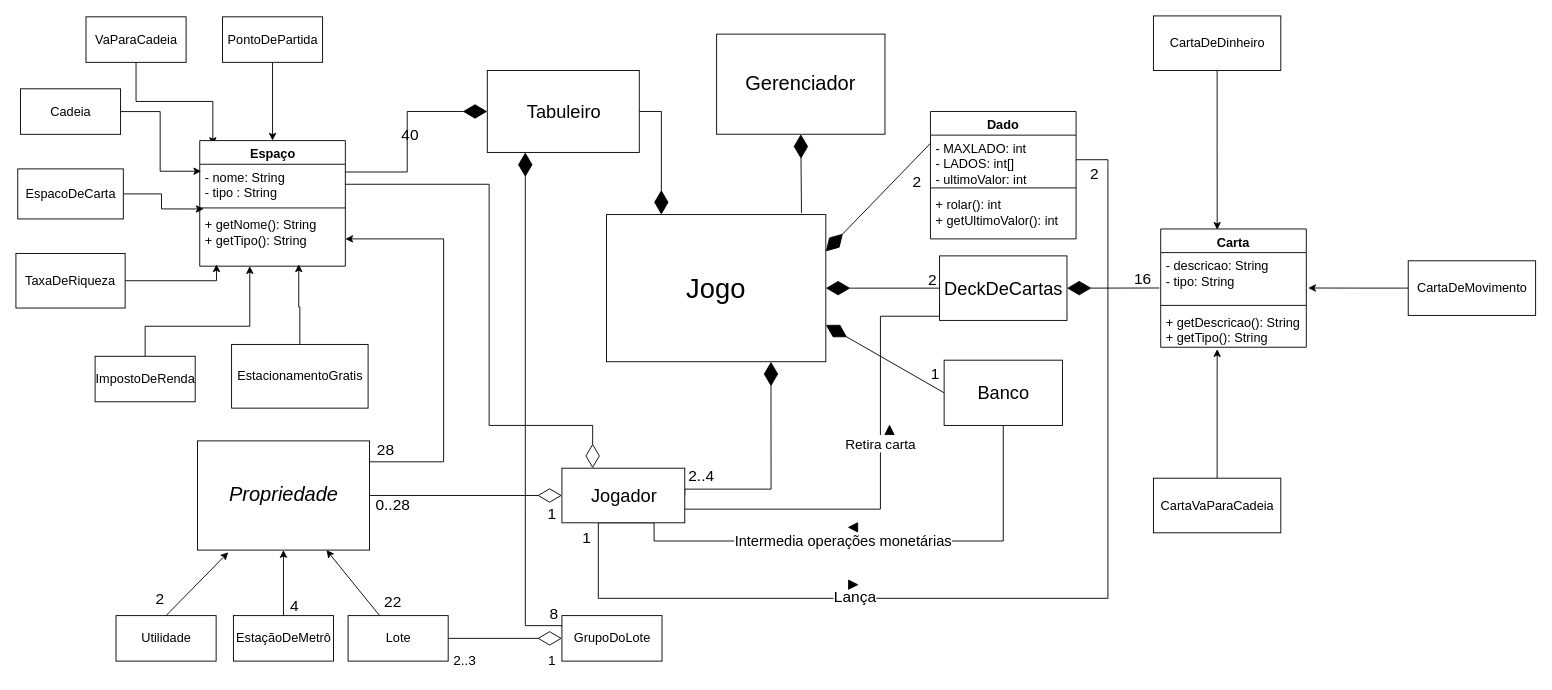
The draw.io diagram Monopoly - G1.drawio in rafaelbarbeta/Monopoly, before the edit. Source tidied: cells renumbered, new cells numbered last; positions are measured from the earlier drawing's top-left corner, leaving out a move shared by most shapes. Both pictures are drawn from the tidied source at 91%, with x=0, y=0 at pixel (15, 15).
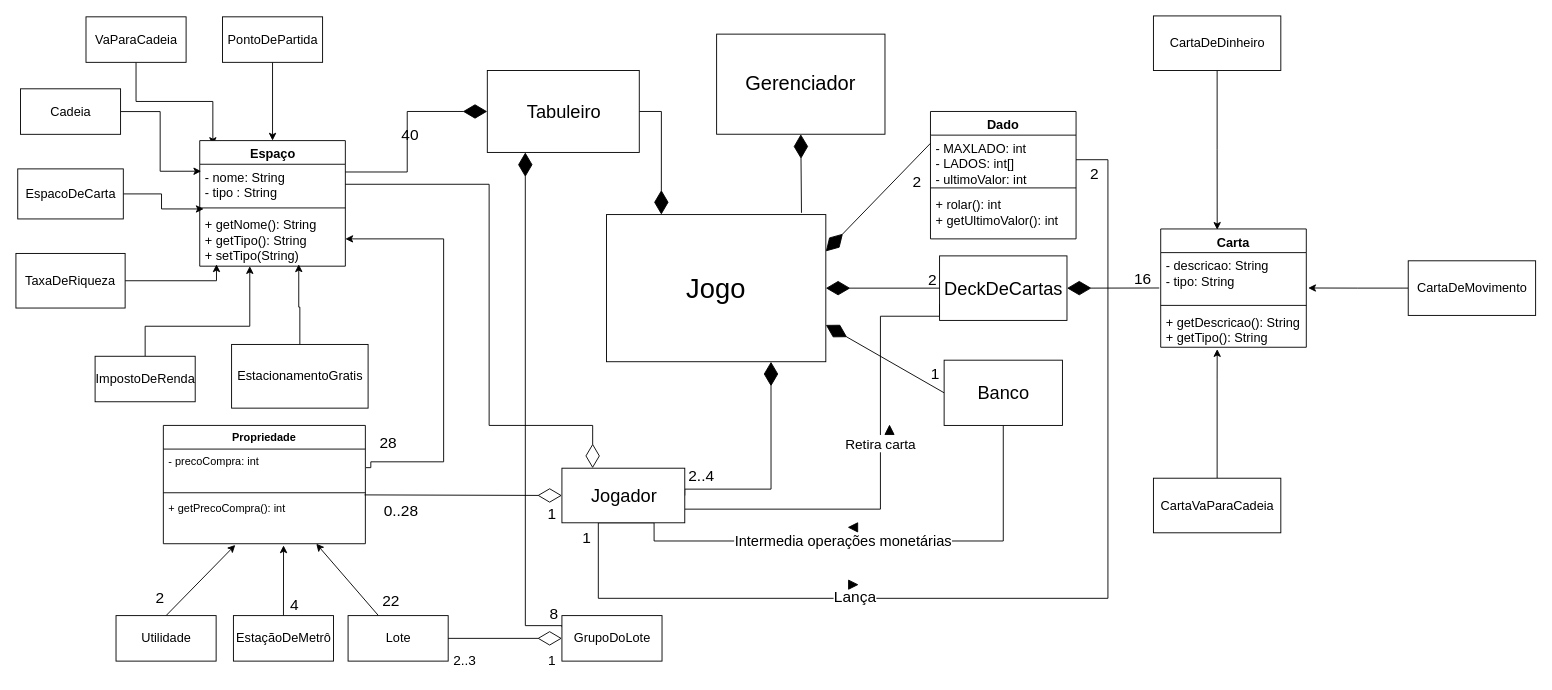
The same page after the edit.

Commit message:
Propriedade Diagrama

Unchanged cells that the change refers to:
```xml
<mxCell id="10" value="Utilidade" style="html=1;fontSize=14;" parent="1" vertex="1">
  <mxGeometry x="110" y="659" width="110" height="50" as="geometry" />
</mxCell>
<mxCell id="17" value="EstaçãoDeMetrô" style="html=1;fontSize=14;" parent="1" vertex="1">
  <mxGeometry x="239" y="659" width="110" height="50" as="geometry" />
</mxCell>
<mxCell id="23" value="Jogador" style="html=1;fontSize=20;" parent="1" vertex="1">
  <mxGeometry x="600" y="497" width="135" height="60" as="geometry" />
</mxCell>
<mxCell id="31" value="Lote" style="html=1;fontSize=14;" parent="1" vertex="1">
  <mxGeometry x="365" y="659" width="110" height="50" as="geometry" />
</mxCell>
<mxCell id="66" value="Espaço" style="swimlane;fontStyle=1;align=center;verticalAlign=top;horizontal=1;startSize=26;fontFamily=Helvetica;fontSize=14;fontColor=default;strokeColor=default;fillColor=default;html=1;" parent="1" vertex="1">
  <mxGeometry x="202" y="137" width="160" height="138" as="geometry" />
</mxCell>
```

Diff of the diagram source:
```diff
@@
-    <mxCell id="2" value="28" style="edgeStyle=orthogonalEdgeStyle;rounded=0;jettySize=auto;html=1;fontSize=17;entryX=1;entryY=0.25;entryDx=0;entryDy=0;startArrow=classic;startFill=1;endArrow=none;endFill=0;exitX=1;exitY=0.5;exitDx=0;exitDy=0;" parent="1" edge="1" source="69" target="11">
-      <mxGeometry x="0.89" y="-12" relative="1" as="geometry">
+    <mxCell id="2" value="28" style="edgeStyle=orthogonalEdgeStyle;rounded=0;jettySize=auto;html=1;fontSize=17;entryX=1.003;entryY=0.464;entryDx=0;entryDy=0;startArrow=classic;startFill=1;endArrow=none;endFill=0;exitX=1;exitY=0.5;exitDx=0;exitDy=0;entryPerimeter=0;" parent="1" edge="1" source="69" target="78">
+      <mxGeometry x="0.86" y="-20" relative="1" as="geometry">
         <Array as="points">
           <mxPoint x="470" y="245" />
           <mxPoint x="470" y="490" />
-          <mxPoint x="388" y="490" />
+          <mxPoint x="390" y="490" />
+          <mxPoint x="390" y="496" />
         </Array>
       </mxGeometry>
     </mxCell>
@@
     <mxCell id="5" value="0..28" style="text;html=1;align=center;verticalAlign=middle;fillColor=none;strokeColor=none;rounded=0;labelBackgroundColor=default;fontSize=17;" parent="1" vertex="1">
-      <mxGeometry x="384" y="523" width="60" height="30" as="geometry" />
+      <mxGeometry x="392.5" y="530" width="60" height="30" as="geometry" />
     </mxCell>
@@
-    <mxCell id="9" value="2" style="edgeStyle=none;rounded=0;jettySize=auto;html=1;exitX=0.5;exitY=0;exitDx=0;exitDy=0;entryX=0.179;entryY=1.02;entryDx=0;entryDy=0;entryPerimeter=0;shadow=0;fontSize=17;startArrow=none;startFill=0;endArrow=classic;endFill=1;endSize=6;strokeWidth=1;" parent="1" edge="1" source="10" target="11">
+    <mxCell id="9" value="2" style="edgeStyle=none;rounded=0;jettySize=auto;html=1;exitX=0.5;exitY=0;exitDx=0;exitDy=0;entryX=0.356;entryY=1.026;entryDx=0;entryDy=0;entryPerimeter=0;shadow=0;fontSize=17;startArrow=none;startFill=0;endArrow=classic;endFill=1;endSize=6;strokeWidth=1;" parent="1" edge="1" source="10" target="80">
       <mxGeometry x="-0.85" y="17" relative="1" as="geometry" />
     </mxCell>
@@
-    <mxCell id="11" value="&lt;i style=&quot;font-size: 22px;&quot;&gt;Propriedade&lt;/i&gt;" style="html=1;fontSize=22;" parent="1" vertex="1">
-      <mxGeometry x="199.5" y="467" width="189" height="120" as="geometry" />
-    </mxCell>
@@
-    <mxCell id="16" value="4" style="edgeStyle=none;rounded=0;jettySize=auto;html=1;entryX=0.5;entryY=1;entryDx=0;entryDy=0;shadow=0;fontSize=17;startArrow=none;startFill=0;endArrow=classic;endFill=1;endSize=6;strokeWidth=1;exitX=0.5;exitY=0;exitDx=0;exitDy=0;" parent="1" edge="1" source="17" target="11">
+    <mxCell id="16" value="4" style="edgeStyle=none;rounded=0;jettySize=auto;html=1;entryX=0.595;entryY=1.035;entryDx=0;entryDy=0;shadow=0;fontSize=17;startArrow=none;startFill=0;endArrow=classic;endFill=1;endSize=6;strokeWidth=1;exitX=0.5;exitY=0;exitDx=0;exitDy=0;entryPerimeter=0;" parent="1" edge="1" source="17" target="80">
       <mxGeometry x="-0.72" y="-13" relative="1" as="geometry">
         <mxPoint x="-1" as="offset" />
       </mxGeometry>
     </mxCell>
@@
-    <mxCell id="30" value="22" style="edgeStyle=none;rounded=0;jettySize=auto;html=1;shadow=0;fontSize=17;startArrow=none;startFill=0;endArrow=classic;endFill=1;endSize=6;strokeWidth=1;entryX=0.75;entryY=1;entryDx=0;entryDy=0;" parent="1" edge="1" source="31" target="11">
+    <mxCell id="30" value="22" style="edgeStyle=none;rounded=0;jettySize=auto;html=1;shadow=0;fontSize=17;startArrow=none;startFill=0;endArrow=classic;endFill=1;endSize=6;strokeWidth=1;entryX=0.757;entryY=1;entryDx=0;entryDy=0;entryPerimeter=0;" parent="1" edge="1" source="31" target="80">
       <mxGeometry x="-0.96" y="-20" relative="1" as="geometry" />
     </mxCell>
@@
-    <mxCell id="59" style="endArrow=diamondThin;endFill=0;endSize=24;html=1;rounded=0;sourcePerimeterSpacing=6;targetPerimeterSpacing=24;strokeWidth=1;exitX=1;exitY=0.5;exitDx=0;exitDy=0;entryX=0;entryY=0.5;entryDx=0;entryDy=0;fontSize=14;" parent="1" edge="1" source="11" target="23">
+    <mxCell id="59" style="endArrow=diamondThin;endFill=0;endSize=24;html=1;rounded=0;sourcePerimeterSpacing=6;targetPerimeterSpacing=24;strokeWidth=1;exitX=0.996;exitY=-0.032;exitDx=0;exitDy=0;entryX=0;entryY=0.5;entryDx=0;entryDy=0;fontSize=14;exitPerimeter=0;" parent="1" edge="1" source="80" target="23">
       <mxGeometry x="-0.09" y="13" relative="1" as="geometry" />
     </mxCell>
@@
-    <mxCell id="69" value="+ getNome(): String&lt;br&gt;+ getTipo(): String" style="text;strokeColor=none;fillColor=none;align=left;verticalAlign=top;spacingLeft=4;spacingRight=4;overflow=hidden;points=[[0,0.5],[1,0.5]];portConstraint=eastwest;fontFamily=Helvetica;fontSize=14;fontColor=default;html=1;" parent="66" vertex="1">
+    <mxCell id="69" value="+ getNome(): String&lt;br&gt;+ getTipo(): String&lt;br&gt;+ setTipo(String)" style="text;strokeColor=none;fillColor=none;align=left;verticalAlign=top;spacingLeft=4;spacingRight=4;overflow=hidden;points=[[0,0.5],[1,0.5]];portConstraint=eastwest;fontFamily=Helvetica;fontSize=14;fontColor=default;html=1;" parent="66" vertex="1">
       <mxGeometry y="78" width="160" height="60" as="geometry" />
     </mxCell>
@@
+    <mxCell id="11" value="Propriedade" style="swimlane;fontStyle=1;align=center;verticalAlign=top;horizontal=1;startSize=26;" parent="1" vertex="1">
+      <mxGeometry x="162" y="450" width="222" height="130" as="geometry" />
+    </mxCell>
+    <mxCell id="78" value="- precoCompra: int" style="text;strokeColor=none;fillColor=none;align=left;verticalAlign=top;spacingLeft=4;spacingRight=4;overflow=hidden;points=[[0,0.5],[1,0.5]];portConstraint=eastwest;" parent="11" vertex="1">
+      <mxGeometry y="26" width="222" height="44" as="geometry" />
+    </mxCell>
+    <mxCell id="79" style="line;strokeWidth=1;fillColor=none;align=left;verticalAlign=middle;spacingTop=-1;spacingLeft=3;spacingRight=3;labelPosition=right;" parent="11" vertex="1">
+      <mxGeometry y="70" width="222" height="8" as="geometry" />
+    </mxCell>
+    <mxCell id="80" value="+ getPrecoCompra(): int" style="text;strokeColor=none;fillColor=none;align=left;verticalAlign=top;spacingLeft=4;spacingRight=4;overflow=hidden;points=[[0,0.5],[1,0.5]];portConstraint=eastwest;" parent="11" vertex="1">
+      <mxGeometry y="78" width="222" height="52" as="geometry" />
+    </mxCell>
```
